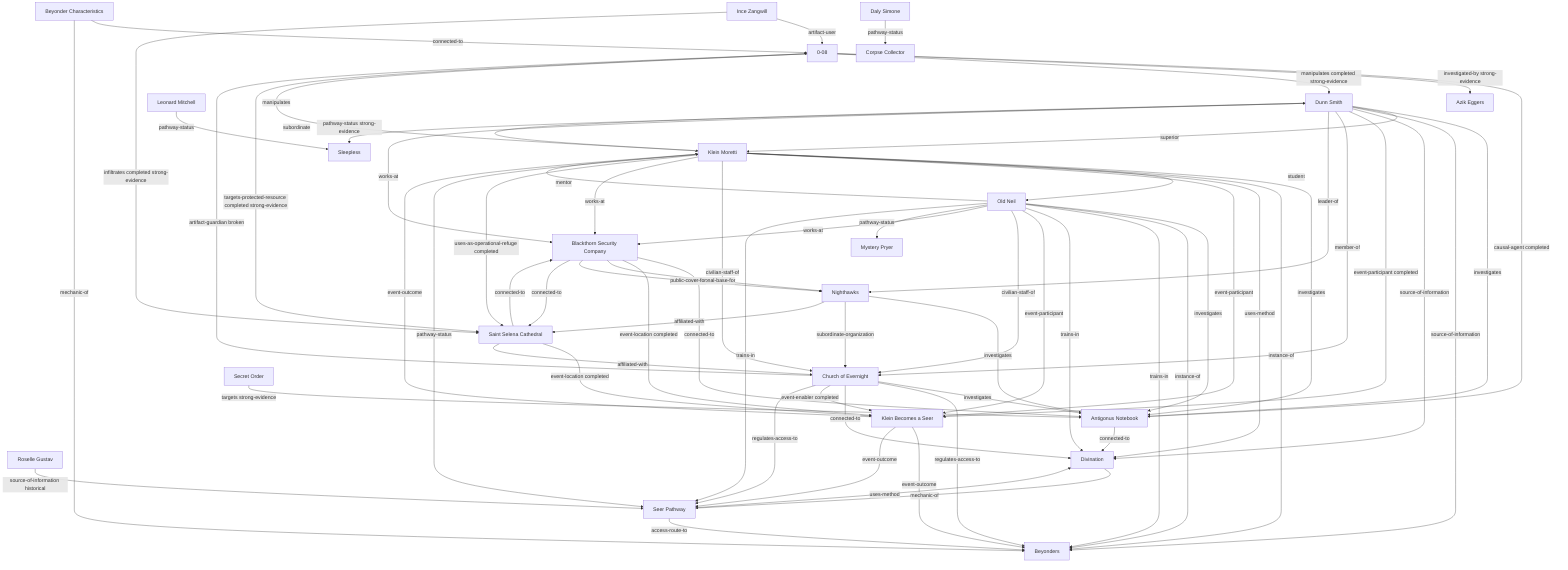
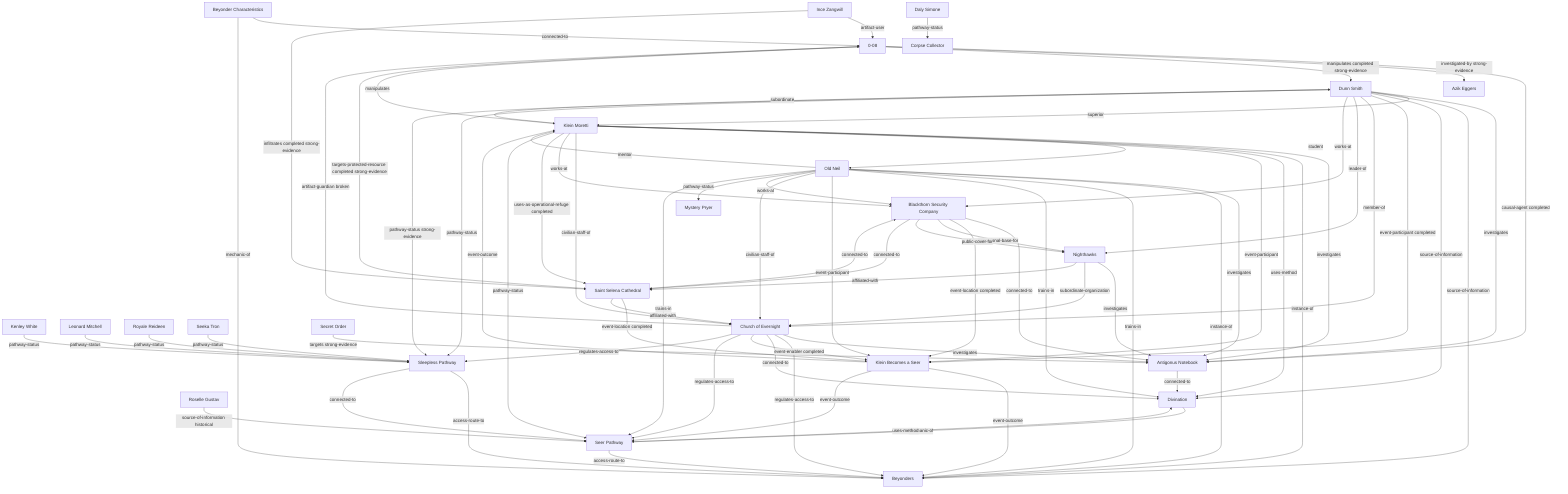
﻿graph TD
  artifact_0_08["0-08"]
  artifact_antigonus_notebook["Antigonus Notebook"]
  character_azik_eggers["Azik Eggers"]
  character_daly_simone["Daly Simone"]
  character_dunn_smith["Dunn Smith"]
  character_ince_zangwill["Ince Zangwill"]
+   character_kenley_white["Kenley White"]
  character_klein_moretti["Klein Moretti"]
  character_leonard_mitchell["Leonard Mitchell"]
  character_old_neil["Old Neil"]
  character_roselle_gustav["Roselle Gustav"]
+   character_royale_reideen["Royale Reideen"]
+   character_seeka_tron["Seeka Tron"]
  concept_beyonder_characteristics["Beyonder Characteristics"]
  concept_beyonders["Beyonders"]
  concept_divination["Divination"]
  event_klein_becomes_a_seer["Klein Becomes a Seer"]
  faction_church_of_evernight["Church of Evernight"]
  faction_nighthawks["Nighthawks"]
  faction_secret_order["Secret Order"]
  location_blackthorn_security_company["Blackthorn Security Company"]
  location_saint_selena_cathedral["Saint Selena Cathedral"]
  pathway_corpse_collector["Corpse Collector"]
  pathway_mystery_pryer["Mystery Pryer"]
  pathway_seer["Seer Pathway"]
-   pathway_sleepless["Sleepless"]
+   pathway_sleepless["Sleepless Pathway"]

  artifact_0_08 -->|causal-agent completed| artifact_antigonus_notebook
  artifact_0_08 -->|investigated-by strong-evidence| character_azik_eggers
  artifact_0_08 -->|manipulates completed strong-evidence| character_dunn_smith
  artifact_0_08 -->|manipulates| character_klein_moretti
  artifact_0_08 -->|targets-protected-resource completed strong-evidence| location_saint_selena_cathedral
  artifact_antigonus_notebook -->|connected-to| concept_divination
  character_daly_simone -->|pathway-status| pathway_corpse_collector
  character_dunn_smith -->|investigates| artifact_antigonus_notebook
  character_dunn_smith -->|superior| character_klein_moretti
  character_dunn_smith -->|source-of-information| concept_beyonders
  character_dunn_smith -->|source-of-information| concept_divination
  character_dunn_smith -->|event-participant completed| event_klein_becomes_a_seer
  character_dunn_smith -->|member-of| faction_church_of_evernight
  character_dunn_smith -->|leader-of| faction_nighthawks
  character_dunn_smith -->|works-at| location_blackthorn_security_company
+   character_dunn_smith -->|pathway-status| pathway_sleepless
  character_dunn_smith -->|pathway-status strong-evidence| pathway_sleepless
  character_ince_zangwill -->|artifact-user| artifact_0_08
  character_ince_zangwill -->|infiltrates completed strong-evidence| location_saint_selena_cathedral
+   character_kenley_white -->|pathway-status| pathway_sleepless
  character_klein_moretti -->|investigates| artifact_antigonus_notebook
  character_klein_moretti -->|subordinate| character_dunn_smith
  character_klein_moretti -->|student| character_old_neil
  character_klein_moretti -->|instance-of| concept_beyonders
  character_klein_moretti -->|uses-method| concept_divination
  character_klein_moretti -->|event-participant| event_klein_becomes_a_seer
  character_klein_moretti -->|civilian-staff-of| faction_church_of_evernight
  character_klein_moretti -->|works-at| location_blackthorn_security_company
  character_klein_moretti -->|uses-as-operational-refuge completed| location_saint_selena_cathedral
  character_klein_moretti -->|pathway-status| pathway_seer
  character_leonard_mitchell -->|pathway-status| pathway_sleepless
  character_old_neil -->|investigates| artifact_antigonus_notebook
  character_old_neil -->|mentor| character_klein_moretti
  character_old_neil -->|instance-of| concept_beyonders
  character_old_neil -->|trains-in| concept_beyonders
  character_old_neil -->|trains-in| concept_divination
  character_old_neil -->|event-participant| event_klein_becomes_a_seer
  character_old_neil -->|civilian-staff-of| faction_church_of_evernight
  character_old_neil -->|works-at| location_blackthorn_security_company
  character_old_neil -->|pathway-status| pathway_mystery_pryer
  character_old_neil -->|trains-in| pathway_seer
  character_roselle_gustav -->|source-of-information historical| pathway_seer
+   character_royale_reideen -->|pathway-status| pathway_sleepless
+   character_seeka_tron -->|pathway-status| pathway_sleepless
  concept_beyonder_characteristics -->|connected-to| artifact_0_08
  concept_beyonder_characteristics -->|mechanic-of| concept_beyonders
  concept_divination -->|mechanic-of| pathway_seer
  event_klein_becomes_a_seer -->|event-outcome| character_klein_moretti
  event_klein_becomes_a_seer -->|event-outcome| concept_beyonders
  event_klein_becomes_a_seer -->|event-outcome| pathway_seer
  faction_church_of_evernight -->|artifact-guardian broken| artifact_0_08
  faction_church_of_evernight -->|investigates| artifact_antigonus_notebook
  faction_church_of_evernight -->|regulates-access-to| concept_beyonders
  faction_church_of_evernight -->|connected-to| concept_divination
  faction_church_of_evernight -->|event-enabler completed| event_klein_becomes_a_seer
  faction_church_of_evernight -->|regulates-access-to| pathway_seer
+   faction_church_of_evernight -->|regulates-access-to| pathway_sleepless
  faction_nighthawks -->|investigates| artifact_antigonus_notebook
  faction_nighthawks -->|subordinate-organization| faction_church_of_evernight
  faction_nighthawks -->|affiliated-with| location_saint_selena_cathedral
  faction_secret_order -->|targets strong-evidence| artifact_antigonus_notebook
  location_blackthorn_security_company -->|connected-to| artifact_antigonus_notebook
  location_blackthorn_security_company -->|event-location completed| event_klein_becomes_a_seer
  location_blackthorn_security_company -->|operational-base-for| faction_nighthawks
  location_blackthorn_security_company -->|public-cover-for| faction_nighthawks
  location_blackthorn_security_company -->|connected-to| location_saint_selena_cathedral
  location_saint_selena_cathedral -->|event-location completed| event_klein_becomes_a_seer
  location_saint_selena_cathedral -->|affiliated-with| faction_church_of_evernight
  location_saint_selena_cathedral -->|connected-to| location_blackthorn_security_company
  pathway_seer -->|access-route-to| concept_beyonders
  pathway_seer -->|uses-method| concept_divination
+   pathway_sleepless -->|access-route-to| concept_beyonders
+   pathway_sleepless -->|connected-to| pathway_seer
